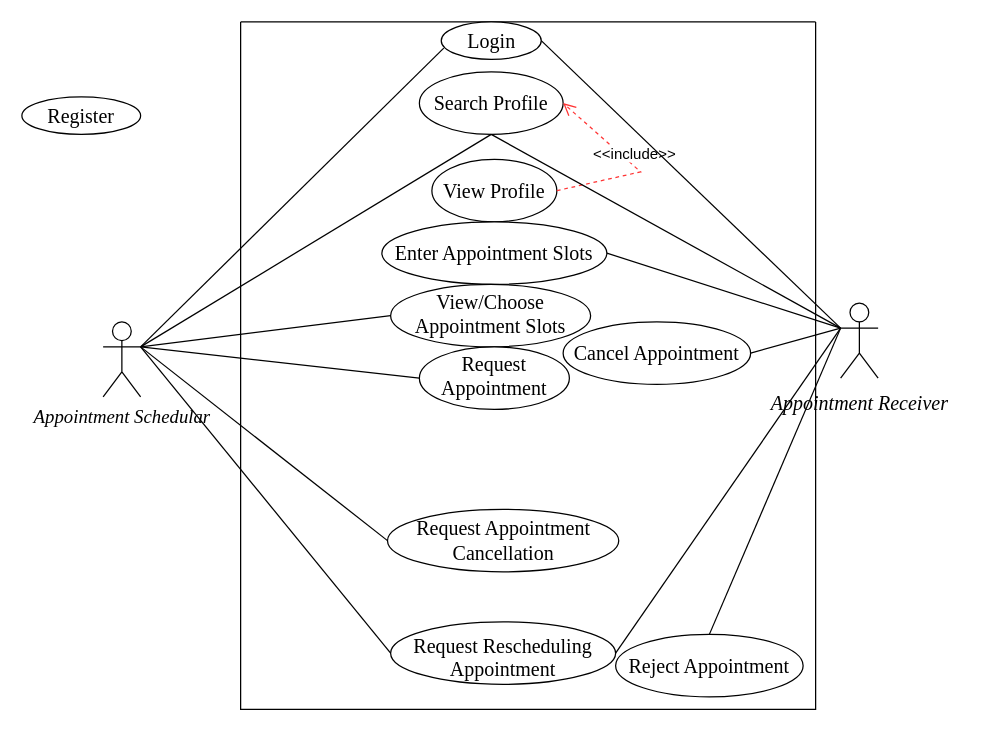
Earlier version of the draw.io diagram UseCase v1.1.drawio (Yash7200/CP-1). Source tidied: cells renumbered, new cells numbered last; positions are measured from the earlier drawing's top-left corner, leaving out a move shared by most shapes. Both pictures are drawn from the tidied source at 125%, with x=0, y=0 at pixel (21, 21).
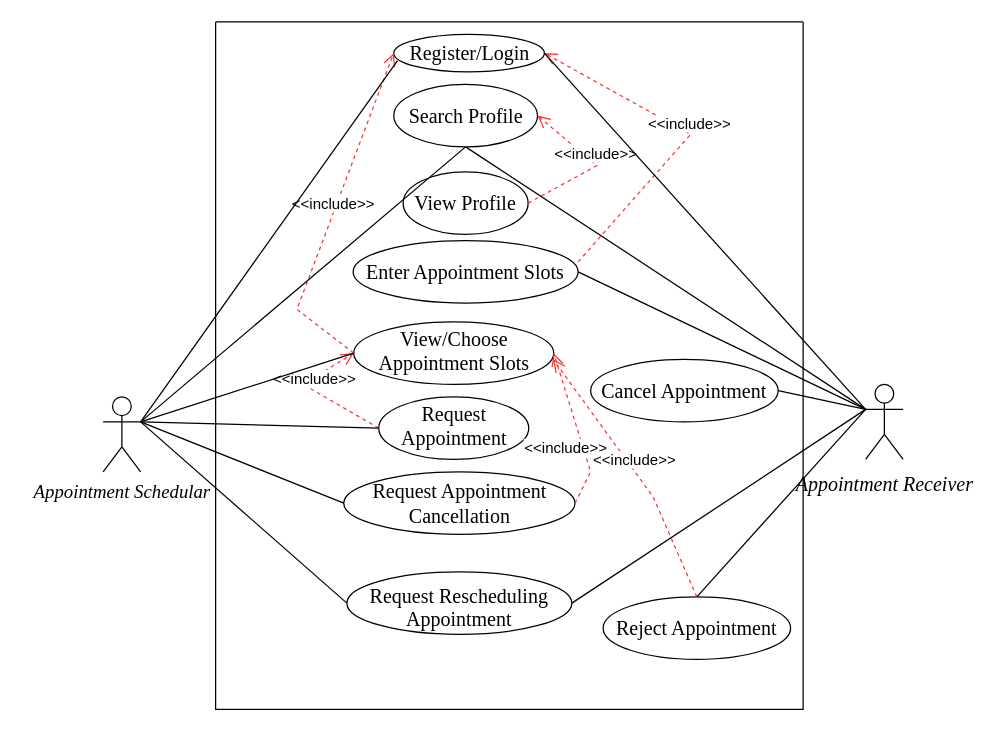
Above is the later version.

Diff of the diagram source:
```diff
@@
     <mxCell id="2" value="Appointment Schedular" style="shape=umlActor;verticalLabelPosition=bottom;verticalAlign=top;outlineConnect=0;fontFamily=Times New Roman;html=1;fontSize=15;horizontal=1;fontStyle=2;" parent="1" vertex="1">
-      <mxGeometry x="65" y="240" width="30" height="60" as="geometry" />
+      <mxGeometry x="65" y="300" width="30" height="60" as="geometry" />
     </mxCell>
     <mxCell id="3" style="swimlane;startSize=0;" parent="1" vertex="1">
-      <mxGeometry x="175" width="460" height="550" as="geometry" />
+      <mxGeometry x="155" width="470" height="550" as="geometry" />
     </mxCell>
     <mxCell id="4" value="&lt;div&gt;Search Profile&lt;/div&gt;" style="ellipse;whiteSpace=wrap;html=1;fontFamily=Times New Roman;fontSize=16;" parent="3" vertex="1">
-      <mxGeometry x="143" y="40" width="115" height="50" as="geometry" />
+      <mxGeometry x="142.5" y="50" width="115" height="50" as="geometry" />
     </mxCell>
     <mxCell id="5" value="&lt;div&gt;View Profile&lt;/div&gt;" style="ellipse;whiteSpace=wrap;html=1;fontFamily=Times New Roman;fontSize=16;verticalAlign=middle;" parent="3" vertex="1">
-      <mxGeometry x="153" y="110" width="100" height="50" as="geometry" />
+      <mxGeometry x="150" y="120" width="100" height="50" as="geometry" />
     </mxCell>
     <mxCell id="6" value="Reject Appointment" style="ellipse;whiteSpace=wrap;html=1;fontFamily=Times New Roman;fontSize=16;verticalAlign=middle;" parent="3" vertex="1">
-      <mxGeometry x="300" y="490" width="150" height="50" as="geometry" />
+      <mxGeometry x="310" y="460" width="150" height="50" as="geometry" />
     </mxCell>
     <mxCell id="7" value="Request Rescheduling Appointment" style="ellipse;whiteSpace=wrap;html=1;fontFamily=Times New Roman;fontSize=16;verticalAlign=bottom;" parent="3" vertex="1">
-      <mxGeometry x="120" y="480" width="180" height="50" as="geometry" />
+      <mxGeometry x="105" y="440" width="180" height="50" as="geometry" />
     </mxCell>
     <mxCell id="8" value="Request Appointment Cancellation" style="ellipse;whiteSpace=wrap;html=1;fontFamily=Times New Roman;fontSize=16;" parent="3" vertex="1">
-      <mxGeometry x="117.5" y="390" width="185" height="50" as="geometry" />
+      <mxGeometry x="102.5" y="360" width="185" height="50" as="geometry" />
     </mxCell>
     <mxCell id="9" value="Enter Appointment Slots" style="ellipse;whiteSpace=wrap;html=1;fontFamily=Times New Roman;fontSize=16;verticalAlign=middle;" parent="3" vertex="1">
-      <mxGeometry x="113" y="160" width="180" height="50" as="geometry" />
+      <mxGeometry x="110" y="175" width="180" height="50" as="geometry" />
     </mxCell>
-    <mxCell id="10" value="Login" style="ellipse;whiteSpace=wrap;html=1;fontFamily=Times New Roman;fontSize=16;verticalAlign=middle;spacing=0;" parent="3" vertex="1">
-      <mxGeometry x="160.5" width="80" height="30" as="geometry" />
+    <mxCell id="10" value="Register/Login" style="ellipse;whiteSpace=wrap;html=1;fontFamily=Times New Roman;fontSize=16;verticalAlign=middle;spacing=0;" parent="3" vertex="1">
+      <mxGeometry x="142.5" y="10" width="120.5" height="30" as="geometry" />
     </mxCell>
     <mxCell id="11" value="&amp;lt;&amp;lt;include&amp;gt;&amp;gt;" style="verticalAlign=bottom;endArrow=open;dashed=1;endSize=8;rounded=0;fontSize=12;entryX=1;entryY=0.5;entryDx=0;entryDy=0;fontColor=#000000;labelBorderColor=none;html=1;strokeColor=#FF3333;exitX=1;exitY=0.5;exitDx=0;exitDy=0;" parent="3" edge="1" source="5" target="4">
       <mxGeometry relative="1" as="geometry">
         <Array as="points">
-          <mxPoint x="320" y="120" />
+          <mxPoint x="305" y="115" />
         </Array>
       </mxGeometry>
     </mxCell>
     <mxCell id="12" value="View/Choose Appointment Slots" style="ellipse;whiteSpace=wrap;html=1;fontFamily=Times New Roman;fontSize=16;verticalAlign=top;spacing=0;" parent="3" vertex="1">
-      <mxGeometry x="120" y="210" width="160" height="50" as="geometry" />
+      <mxGeometry x="110.5" y="240" width="160" height="50" as="geometry" />
     </mxCell>
     <mxCell id="13" value="Request Appointment" style="ellipse;whiteSpace=wrap;html=1;fontFamily=Times New Roman;fontSize=16;verticalAlign=top;spacing=0;" parent="3" vertex="1">
-      <mxGeometry x="143" y="260" width="120" height="50" as="geometry" />
+      <mxGeometry x="130.5" y="300" width="120" height="50" as="geometry" />
     </mxCell>
     <mxCell id="14" value="Cancel Appointment" style="ellipse;whiteSpace=wrap;html=1;fontFamily=Times New Roman;fontSize=16;verticalAlign=middle;" parent="3" vertex="1">
-      <mxGeometry x="258" y="240" width="150" height="50" as="geometry" />
+      <mxGeometry x="300" y="270" width="150" height="50" as="geometry" />
     </mxCell>
+    <mxCell id="29" value="&amp;lt;&amp;lt;include&amp;gt;&amp;gt;" style="verticalAlign=bottom;endArrow=open;dashed=1;endSize=8;rounded=0;fontSize=12;entryX=1;entryY=0.5;entryDx=0;entryDy=0;fontColor=#000000;labelBorderColor=none;html=1;strokeColor=#FF3333;exitX=1;exitY=0.34;exitDx=0;exitDy=0;exitPerimeter=0;" parent="3" edge="1" source="9" target="10">
+      <mxGeometry relative="1" as="geometry">
+        <Array as="points">
+          <mxPoint x="380" y="90" />
+        </Array>
+      </mxGeometry>
+    </mxCell>
+    <mxCell id="30" value="&amp;lt;&amp;lt;include&amp;gt;&amp;gt;" style="verticalAlign=bottom;endArrow=open;dashed=1;endSize=8;rounded=0;fontSize=12;entryX=0;entryY=0.5;entryDx=0;entryDy=0;fontColor=#000000;labelBorderColor=none;html=1;strokeColor=#FF3333;exitX=0;exitY=0.5;exitDx=0;exitDy=0;" parent="3" edge="1" source="12" target="10">
+      <mxGeometry relative="1" as="geometry">
+        <Array as="points">
+          <mxPoint x="65" y="230" />
+        </Array>
+      </mxGeometry>
+    </mxCell>
+    <mxCell id="31" value="&amp;lt;&amp;lt;include&amp;gt;&amp;gt;" style="verticalAlign=bottom;endArrow=open;dashed=1;endSize=8;rounded=0;fontSize=12;entryX=0;entryY=0.5;entryDx=0;entryDy=0;fontColor=#000000;labelBorderColor=none;html=1;strokeColor=#FF3333;exitX=0;exitY=0.5;exitDx=0;exitDy=0;" parent="3" edge="1" source="13" target="12">
+      <mxGeometry relative="1" as="geometry">
+        <Array as="points">
+          <mxPoint x="70" y="290" />
+        </Array>
+      </mxGeometry>
+    </mxCell>
+    <mxCell id="32" value="&amp;lt;&amp;lt;include&amp;gt;&amp;gt;" style="verticalAlign=bottom;endArrow=open;dashed=1;endSize=8;rounded=0;fontSize=12;entryX=1;entryY=0.5;entryDx=0;entryDy=0;fontColor=#000000;labelBorderColor=none;html=1;strokeColor=#FF3333;exitX=1;exitY=0.5;exitDx=0;exitDy=0;" parent="3" edge="1" source="8" target="12">
+      <mxGeometry x="-0.32" y="16" relative="1" as="geometry">
+        <Array as="points">
+          <mxPoint x="300" y="360" />
+        </Array>
+      </mxGeometry>
+    </mxCell>
+    <mxCell id="33" value="&amp;lt;&amp;lt;include&amp;gt;&amp;gt;" style="verticalAlign=bottom;endArrow=open;dashed=1;endSize=8;rounded=0;fontSize=12;fontColor=#000000;labelBorderColor=none;html=1;strokeColor=#FF3333;exitX=0.5;exitY=0;exitDx=0;exitDy=0;" parent="3" edge="1" source="6">
+      <mxGeometry relative="1" as="geometry">
+        <mxPoint x="270" y="270" as="targetPoint" />
+        <Array as="points">
+          <mxPoint x="350" y="380" />
+        </Array>
+      </mxGeometry>
+    </mxCell>
     <mxCell id="15" value="&lt;div&gt;Appointment Receiver&lt;/div&gt;&lt;div&gt;&lt;br&gt;&lt;/div&gt;" style="shape=umlActor;verticalLabelPosition=bottom;verticalAlign=middle;html=1;fontFamily=Times New Roman;fontSize=16;horizontal=1;fontStyle=2;" parent="1" vertex="1">
-      <mxGeometry x="655" y="225" width="30" height="60" as="geometry" />
+      <mxGeometry x="675" y="290" width="30" height="60" as="geometry" />
     </mxCell>
@@
-    <mxCell id="28" value="&lt;div&gt;Register&lt;/div&gt;" style="ellipse;whiteSpace=wrap;html=1;fontFamily=Times New Roman;fontSize=16;verticalAlign=middle;spacing=0;" parent="1" vertex="1">
-      <mxGeometry y="60" width="95" height="30" as="geometry" />
-    </mxCell>
+    <mxCell id="34" style="edgeStyle=orthogonalEdgeStyle;rounded=0;jettySize=auto;html=1;exitX=0;exitY=0.5;exitDx=0;exitDy=0;labelBorderColor=none;strokeColor=#000000;fontSize=15;fontColor=#000000;" parent="1" edge="1" source="10">
+      <mxGeometry relative="1" as="geometry">
+        <mxPoint x="298" y="25" as="targetPoint" />
+      </mxGeometry>
+    </mxCell>
```
